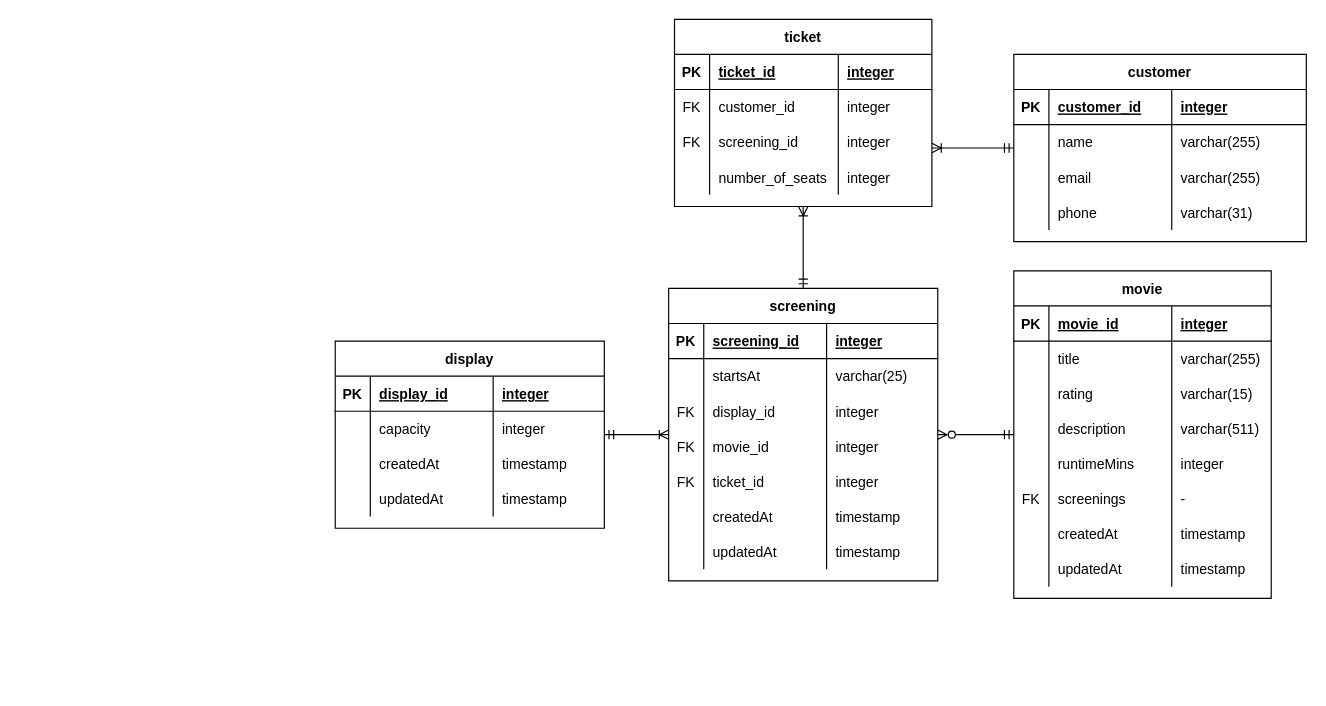
Above: api-cinema-challenge/documentation/Cinema_challenge_ERD.drawio in boolean-uk/csharp-api-cinema-challenge (draw.io), before the change. Source tidied: cells renumbered, new cells numbered last; positions are measured from the earlier drawing's top-left corner, leaving out a move shared by most shapes. Both pictures are drawn from the tidied source at 117%, with x=0, y=0 at pixel (335, 19).
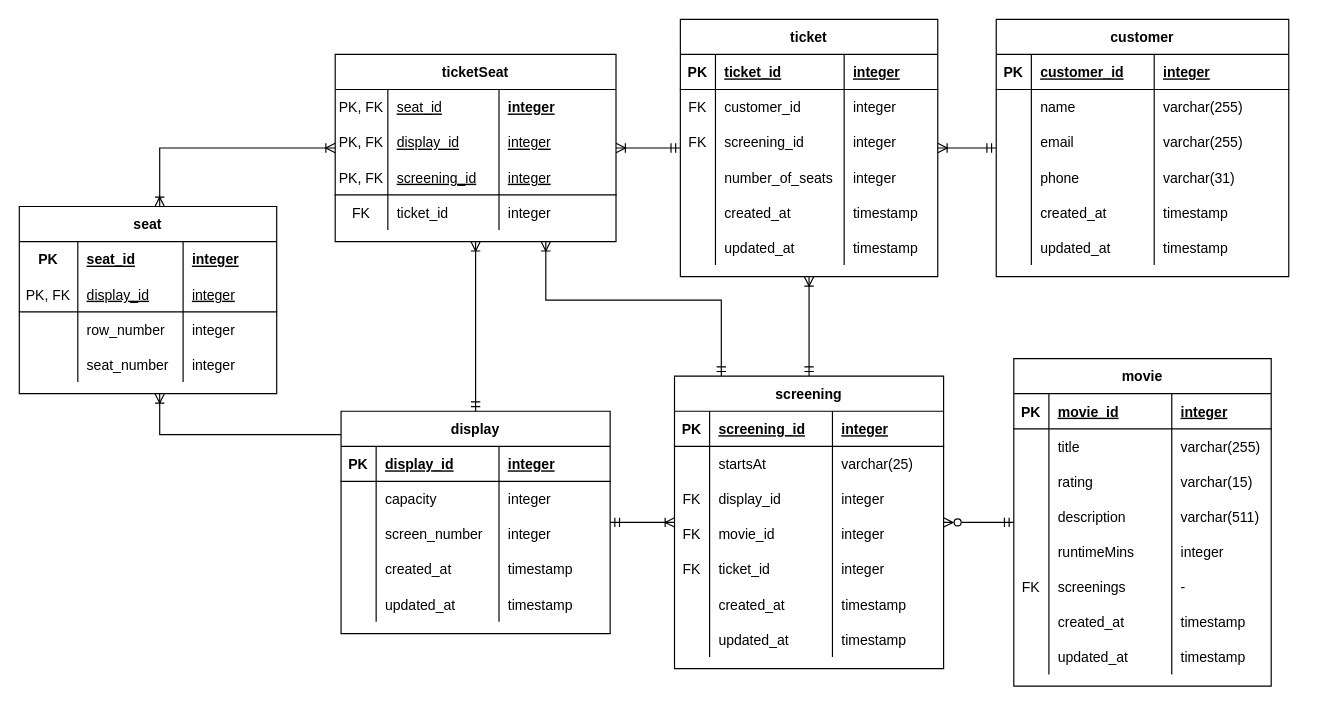
After the change.

The change refers to these unchanged cells:
```xml
<mxCell id="41" style="shape=partialRectangle;fillColor=none;top=0;left=0;right=0;bottom=0;" parent="20" vertex="1">
  <mxGeometry y="180" width="230" height="30" as="geometry" />
</mxCell>
<mxCell id="45" style="shape=partialRectangle;fillColor=none;top=0;left=0;right=0;bottom=0;" parent="20" vertex="1">
  <mxGeometry y="210" width="230" height="30" as="geometry" />
</mxCell>
<mxCell id="74" style="shape=partialRectangle;fillColor=none;top=0;left=0;right=0;bottom=0;" parent="49" vertex="1">
  <mxGeometry y="210" width="220" height="30" as="geometry" />
</mxCell>
<mxCell id="78" style="shape=partialRectangle;fillColor=none;top=0;left=0;right=0;bottom=0;" parent="49" vertex="1">
  <mxGeometry y="240" width="220" height="30" as="geometry" />
</mxCell>
```

Diff of the diagram source:
```diff
@@
     <mxCell id="2" value="ticket" style="shape=table;startSize=30;childLayout=tableLayout;rowLines=0;fontStyle=1;align=center;" parent="1" vertex="1">
-      <mxGeometry x="290" width="220" height="160" as="geometry" />
+      <mxGeometry x="295" width="220" height="220" as="geometry" />
     </mxCell>
@@
+    <mxCell id="119" style="shape=partialRectangle;fillColor=none;top=0;left=0;right=0;bottom=0;" parent="2" vertex="1">
+      <mxGeometry y="150" width="220" height="30" as="geometry" />
+    </mxCell>
+    <mxCell id="120" style="shape=partialRectangle;overflow=hidden;fillColor=none;top=0;left=0;bottom=0;right=0;" parent="119" vertex="1">
+      <mxGeometry width="30" height="30" as="geometry" />
+    </mxCell>
+    <mxCell id="121" value="created_at" style="shape=partialRectangle;overflow=hidden;fillColor=none;top=0;left=0;bottom=0;right=0;align=left;spacingLeft=6;" parent="119" vertex="1">
+      <mxGeometry x="30" width="110" height="30" as="geometry" />
+    </mxCell>
+    <mxCell id="122" value="timestamp " style="shape=partialRectangle;overflow=hidden;fillColor=none;top=0;left=0;bottom=0;right=0;align=left;spacingLeft=6;" parent="119" vertex="1">
+      <mxGeometry x="140" width="80" height="30" as="geometry" />
+    </mxCell>
+    <mxCell id="123" style="shape=partialRectangle;fillColor=none;top=0;left=0;right=0;bottom=0;" parent="2" vertex="1">
+      <mxGeometry y="180" width="220" height="30" as="geometry" />
+    </mxCell>
+    <mxCell id="124" style="shape=partialRectangle;overflow=hidden;fillColor=none;top=0;left=0;bottom=0;right=0;" parent="123" vertex="1">
+      <mxGeometry width="30" height="30" as="geometry" />
+    </mxCell>
+    <mxCell id="125" value="updated_at" style="shape=partialRectangle;overflow=hidden;fillColor=none;top=0;left=0;bottom=0;right=0;align=left;spacingLeft=6;" parent="123" vertex="1">
+      <mxGeometry x="30" width="110" height="30" as="geometry" />
+    </mxCell>
+    <mxCell id="126" value="timestamp " style="shape=partialRectangle;overflow=hidden;fillColor=none;top=0;left=0;bottom=0;right=0;align=left;spacingLeft=6;" parent="123" vertex="1">
+      <mxGeometry x="140" width="80" height="30" as="geometry" />
+    </mxCell>
@@
+    <mxCell id="127" style="edgeStyle=orthogonalEdgeStyle;rounded=0;jettySize=auto;html=1;startArrow=ERmandOne;startFill=0;endArrow=ERoneToMany;endFill=0;" parent="1" edge="1" source="20" target="161">
+      <mxGeometry relative="1" as="geometry">
+        <Array as="points">
+          <mxPoint x="330" y="240" />
+          <mxPoint x="180" y="240" />
+        </Array>
+      </mxGeometry>
+    </mxCell>
     <mxCell id="20" value="screening" style="shape=table;startSize=30;childLayout=tableLayout;rowLines=0;fontStyle=1;align=center;" parent="1" vertex="1">
-      <mxGeometry x="285" y="230" width="230" height="250" as="geometry" />
+      <mxGeometry x="290" y="305" width="230" height="250" as="geometry" />
     </mxCell>
@@
-    <mxCell id="43" value="createdAt" style="shape=partialRectangle;overflow=hidden;fillColor=none;top=0;left=0;bottom=0;right=0;align=left;spacingLeft=6;" parent="41" vertex="1">
+    <mxCell id="43" value="created_at" style="shape=partialRectangle;overflow=hidden;fillColor=none;top=0;left=0;bottom=0;right=0;align=left;spacingLeft=6;" parent="41" vertex="1">
       <mxGeometry x="30" width="105" height="30" as="geometry" />
     </mxCell>
@@
-    <mxCell id="47" value="updatedAt" style="shape=partialRectangle;overflow=hidden;fillColor=none;top=0;left=0;bottom=0;right=0;align=left;spacingLeft=6;" parent="45" vertex="1">
+    <mxCell id="47" value="updated_at" style="shape=partialRectangle;overflow=hidden;fillColor=none;top=0;left=0;bottom=0;right=0;align=left;spacingLeft=6;" parent="45" vertex="1">
       <mxGeometry x="30" width="105" height="30" as="geometry" />
     </mxCell>
@@
     <mxCell id="49" value="movie" style="shape=table;startSize=30;childLayout=tableLayout;rowLines=0;fontStyle=1;align=center;" parent="1" vertex="1">
-      <mxGeometry x="580" y="215" width="220" height="280" as="geometry" />
+      <mxGeometry x="580" y="290" width="220" height="280" as="geometry" />
     </mxCell>
@@
-    <mxCell id="76" value="createdAt" style="shape=partialRectangle;overflow=hidden;fillColor=none;top=0;left=0;bottom=0;right=0;align=left;spacingLeft=6;" parent="74" vertex="1">
+    <mxCell id="76" value="created_at" style="shape=partialRectangle;overflow=hidden;fillColor=none;top=0;left=0;bottom=0;right=0;align=left;spacingLeft=6;" parent="74" vertex="1">
       <mxGeometry x="30" width="105" height="30" as="geometry" />
     </mxCell>
@@
-    <mxCell id="80" value="updatedAt" style="shape=partialRectangle;overflow=hidden;fillColor=none;top=0;left=0;bottom=0;right=0;align=left;spacingLeft=6;" parent="78" vertex="1">
+    <mxCell id="80" value="updated_at" style="shape=partialRectangle;overflow=hidden;fillColor=none;top=0;left=0;bottom=0;right=0;align=left;spacingLeft=6;" parent="78" vertex="1">
       <mxGeometry x="30" width="105" height="30" as="geometry" />
     </mxCell>
@@
     <mxCell id="83" value="customer" style="shape=table;startSize=30;childLayout=tableLayout;rowLines=0;fontStyle=1;align=center;" parent="1" vertex="1">
-      <mxGeometry x="580" y="30" width="250" height="160" as="geometry" />
+      <mxGeometry x="565" width="250" height="220" as="geometry" />
     </mxCell>
@@
+    <mxCell id="128" style="shape=partialRectangle;fillColor=none;top=0;left=0;right=0;bottom=0;" parent="83" vertex="1">
+      <mxGeometry y="150" width="250" height="30" as="geometry" />
+    </mxCell>
+    <mxCell id="129" style="shape=partialRectangle;overflow=hidden;fillColor=none;top=0;left=0;bottom=0;right=0;" parent="128" vertex="1">
+      <mxGeometry width="30" height="30" as="geometry" />
+    </mxCell>
+    <mxCell id="130" value="created_at" style="shape=partialRectangle;overflow=hidden;fillColor=none;top=0;left=0;bottom=0;right=0;align=left;spacingLeft=6;" parent="128" vertex="1">
+      <mxGeometry x="30" width="105" height="30" as="geometry" />
+    </mxCell>
+    <mxCell id="131" value="timestamp " style="shape=partialRectangle;overflow=hidden;fillColor=none;top=0;left=0;bottom=0;right=0;align=left;spacingLeft=6;" parent="128" vertex="1">
+      <mxGeometry x="135" width="115" height="30" as="geometry" />
+    </mxCell>
+    <mxCell id="132" style="shape=partialRectangle;fillColor=none;top=0;left=0;right=0;bottom=0;" parent="83" vertex="1">
+      <mxGeometry y="180" width="250" height="30" as="geometry" />
+    </mxCell>
+    <mxCell id="133" style="shape=partialRectangle;overflow=hidden;fillColor=none;top=0;left=0;bottom=0;right=0;" parent="132" vertex="1">
+      <mxGeometry width="30" height="30" as="geometry" />
+    </mxCell>
+    <mxCell id="134" value="updated_at" style="shape=partialRectangle;overflow=hidden;fillColor=none;top=0;left=0;bottom=0;right=0;align=left;spacingLeft=6;" parent="132" vertex="1">
+      <mxGeometry x="30" width="105" height="30" as="geometry" />
+    </mxCell>
+    <mxCell id="135" value="timestamp " style="shape=partialRectangle;overflow=hidden;fillColor=none;top=0;left=0;bottom=0;right=0;align=left;spacingLeft=6;" parent="132" vertex="1">
+      <mxGeometry x="135" width="115" height="30" as="geometry" />
+    </mxCell>
@@
     <mxCell id="102" value="display" style="shape=table;startSize=30;childLayout=tableLayout;rowLines=0;fontStyle=1;align=center;" parent="1" vertex="1">
-      <mxGeometry y="275" width="230" height="160" as="geometry" />
+      <mxGeometry x="5" y="335" width="230" height="190" as="geometry" />
     </mxCell>
@@
+    <mxCell id="136" style="shape=partialRectangle;fillColor=none;top=0;left=0;right=0;bottom=0;" parent="102" vertex="1">
+      <mxGeometry y="90" width="230" height="30" as="geometry" />
+    </mxCell>
+    <mxCell id="137" style="shape=partialRectangle;overflow=hidden;fillColor=none;top=0;left=0;bottom=0;right=0;" parent="136" vertex="1">
+      <mxGeometry width="30" height="30" as="geometry" />
+    </mxCell>
+    <mxCell id="138" value="screen_number" style="shape=partialRectangle;overflow=hidden;fillColor=none;top=0;left=0;bottom=0;right=0;align=left;spacingLeft=6;" parent="136" vertex="1">
+      <mxGeometry x="30" width="105" height="30" as="geometry" />
+    </mxCell>
+    <mxCell id="139" value="integer" style="shape=partialRectangle;overflow=hidden;fillColor=none;top=0;left=0;bottom=0;right=0;align=left;spacingLeft=6;" parent="136" vertex="1">
+      <mxGeometry x="135" width="95" height="30" as="geometry" />
+    </mxCell>
     <mxCell id="111" style="shape=partialRectangle;fillColor=none;top=0;left=0;right=0;bottom=0;" parent="102" vertex="1">
-      <mxGeometry y="90" width="230" height="30" as="geometry" />
+      <mxGeometry y="120" width="230" height="30" as="geometry" />
     </mxCell>
@@
-    <mxCell id="113" value="createdAt" style="shape=partialRectangle;overflow=hidden;fillColor=none;top=0;left=0;bottom=0;right=0;align=left;spacingLeft=6;" parent="111" vertex="1">
+    <mxCell id="113" value="created_at" style="shape=partialRectangle;overflow=hidden;fillColor=none;top=0;left=0;bottom=0;right=0;align=left;spacingLeft=6;" parent="111" vertex="1">
       <mxGeometry x="30" width="105" height="30" as="geometry" />
     </mxCell>
@@
     <mxCell id="115" style="shape=partialRectangle;fillColor=none;top=0;left=0;right=0;bottom=0;" parent="102" vertex="1">
-      <mxGeometry y="120" width="230" height="30" as="geometry" />
+      <mxGeometry y="150" width="230" height="30" as="geometry" />
     </mxCell>
@@
-    <mxCell id="117" value="updatedAt" style="shape=partialRectangle;overflow=hidden;fillColor=none;top=0;left=0;bottom=0;right=0;align=left;spacingLeft=6;" parent="115" vertex="1">
+    <mxCell id="117" value="updated_at" style="shape=partialRectangle;overflow=hidden;fillColor=none;top=0;left=0;bottom=0;right=0;align=left;spacingLeft=6;" parent="115" vertex="1">
       <mxGeometry x="30" width="105" height="30" as="geometry" />
     </mxCell>
@@
+    <mxCell id="140" style="edgeStyle=orthogonalEdgeStyle;rounded=0;jettySize=auto;html=1;endArrow=ERmandOne;endFill=0;startArrow=ERoneToMany;startFill=0;" parent="1" edge="1" source="161" target="102">
+      <mxGeometry relative="1" as="geometry">
+        <Array as="points">
+          <mxPoint x="120" y="200" />
+          <mxPoint x="120" y="200" />
+        </Array>
+      </mxGeometry>
+    </mxCell>
+    <mxCell id="141" style="edgeStyle=orthogonalEdgeStyle;rounded=0;jettySize=auto;html=1;endArrow=none;endFill=0;startArrow=ERoneToMany;startFill=0;" parent="1" edge="1" source="142" target="102">
+      <mxGeometry relative="1" as="geometry">
+        <Array as="points">
+          <mxPoint x="-150" y="355" />
+        </Array>
+      </mxGeometry>
+    </mxCell>
+    <mxCell id="142" value="seat" style="shape=table;startSize=30;childLayout=tableLayout;rowLines=0;fontStyle=1;align=center;" parent="1" vertex="1">
+      <mxGeometry x="-270" y="160" width="220" height="160" as="geometry" />
+    </mxCell>
+    <mxCell id="143" style="shape=partialRectangle;fillColor=none;top=0;left=0;right=0;bottom=0;" parent="142" vertex="1">
+      <mxGeometry y="30" width="220" height="30" as="geometry" />
+    </mxCell>
+    <mxCell id="144" value="PK" style="shape=partialRectangle;overflow=hidden;fillColor=none;top=0;left=0;bottom=0;right=0;fontStyle=1;" parent="143" vertex="1">
+      <mxGeometry width="50" height="30" as="geometry" />
+    </mxCell>
+    <mxCell id="145" value="seat_id" style="shape=partialRectangle;overflow=hidden;fillColor=none;top=0;left=0;bottom=0;right=0;align=left;spacingLeft=6;fontStyle=5;" parent="143" vertex="1">
+      <mxGeometry x="50" width="90" height="30" as="geometry" />
+    </mxCell>
+    <mxCell id="146" value="integer" style="shape=partialRectangle;overflow=hidden;fillColor=none;top=0;left=0;bottom=0;right=0;align=left;spacingLeft=6;fontStyle=5;" parent="143" vertex="1">
+      <mxGeometry x="140" width="80" height="30" as="geometry" />
+    </mxCell>
+    <mxCell id="147" style="shape=partialRectangle;fillColor=none;top=0;left=0;right=0;bottom=1;" parent="142" vertex="1">
+      <mxGeometry y="60" width="220" height="30" as="geometry" />
+    </mxCell>
+    <mxCell id="148" value="PK, FK" style="shape=partialRectangle;overflow=hidden;fillColor=none;top=0;left=0;bottom=0;right=0;" parent="147" vertex="1">
+      <mxGeometry width="50" height="30" as="geometry" />
+    </mxCell>
+    <mxCell id="149" value="display_id" style="shape=partialRectangle;overflow=hidden;fillColor=none;top=0;left=0;bottom=0;right=0;align=left;spacingLeft=6;fontStyle=4;" parent="147" vertex="1">
+      <mxGeometry x="50" width="90" height="30" as="geometry" />
+    </mxCell>
+    <mxCell id="150" value="integer" style="shape=partialRectangle;overflow=hidden;fillColor=none;top=0;left=0;bottom=0;right=0;align=left;spacingLeft=6;fontStyle=4;" parent="147" vertex="1">
+      <mxGeometry x="140" width="80" height="30" as="geometry" />
+    </mxCell>
+    <mxCell id="151" style="shape=partialRectangle;fillColor=none;top=0;left=0;right=0;bottom=0;" parent="142" vertex="1">
+      <mxGeometry y="90" width="220" height="30" as="geometry" />
+    </mxCell>
+    <mxCell id="152" style="shape=partialRectangle;overflow=hidden;fillColor=none;top=0;left=0;bottom=0;right=0;" parent="151" vertex="1">
+      <mxGeometry width="50" height="30" as="geometry" />
+    </mxCell>
+    <mxCell id="153" value="row_number" style="shape=partialRectangle;overflow=hidden;fillColor=none;top=0;left=0;bottom=0;right=0;align=left;spacingLeft=6;" parent="151" vertex="1">
+      <mxGeometry x="50" width="90" height="30" as="geometry" />
+    </mxCell>
+    <mxCell id="154" value="integer" style="shape=partialRectangle;overflow=hidden;fillColor=none;top=0;left=0;bottom=0;right=0;align=left;spacingLeft=6;" parent="151" vertex="1">
+      <mxGeometry x="140" width="80" height="30" as="geometry" />
+    </mxCell>
+    <mxCell id="155" style="shape=partialRectangle;fillColor=none;top=0;left=0;right=0;bottom=0;" parent="142" vertex="1">
+      <mxGeometry y="120" width="220" height="30" as="geometry" />
+    </mxCell>
+    <mxCell id="156" style="shape=partialRectangle;overflow=hidden;fillColor=none;top=0;left=0;bottom=0;right=0;" parent="155" vertex="1">
+      <mxGeometry width="50" height="30" as="geometry" />
+    </mxCell>
+    <mxCell id="157" value="seat_number" style="shape=partialRectangle;overflow=hidden;fillColor=none;top=0;left=0;bottom=0;right=0;align=left;spacingLeft=6;" parent="155" vertex="1">
+      <mxGeometry x="50" width="90" height="30" as="geometry" />
+    </mxCell>
+    <mxCell id="158" value="integer" style="shape=partialRectangle;overflow=hidden;fillColor=none;top=0;left=0;bottom=0;right=0;align=left;spacingLeft=6;" parent="155" vertex="1">
+      <mxGeometry x="140" width="80" height="30" as="geometry" />
+    </mxCell>
+    <mxCell id="159" style="edgeStyle=orthogonalEdgeStyle;rounded=0;jettySize=auto;html=1;startArrow=ERoneToMany;startFill=0;endArrow=ERmandOne;endFill=0;" parent="1" edge="1" source="161" target="2">
+      <mxGeometry relative="1" as="geometry" />
+    </mxCell>
+    <mxCell id="160" style="edgeStyle=orthogonalEdgeStyle;rounded=0;jettySize=auto;html=1;endArrow=ERoneToMany;endFill=0;startArrow=ERoneToMany;startFill=0;" parent="1" edge="1" source="161" target="142">
+      <mxGeometry relative="1" as="geometry">
+        <Array as="points">
+          <mxPoint x="-150" y="110" />
+        </Array>
+      </mxGeometry>
+    </mxCell>
+    <mxCell id="161" value="ticketSeat" style="shape=table;startSize=30;childLayout=tableLayout;rowLines=0;fontStyle=1;align=center;" parent="1" vertex="1">
+      <mxGeometry y="30" width="240" height="160" as="geometry" />
+    </mxCell>
+    <mxCell id="162" style="shape=partialRectangle;fillColor=none;top=0;left=0;right=0;bottom=0;strokeColor=default;" parent="161" vertex="1">
+      <mxGeometry y="30" width="240" height="30" as="geometry" />
+    </mxCell>
+    <mxCell id="163" value="PK, FK" style="shape=partialRectangle;overflow=hidden;fillColor=none;top=0;left=0;bottom=0;right=0;fontStyle=0;" parent="162" vertex="1">
+      <mxGeometry width="45" height="30" as="geometry" />
+    </mxCell>
+    <mxCell id="164" value="seat_id" style="shape=partialRectangle;overflow=hidden;fillColor=none;top=0;left=0;bottom=0;right=0;align=left;spacingLeft=6;fontStyle=4;" parent="162" vertex="1">
+      <mxGeometry x="45" width="95" height="30" as="geometry" />
+    </mxCell>
+    <mxCell id="165" value="integer" style="shape=partialRectangle;overflow=hidden;fillColor=none;top=0;left=0;bottom=0;right=0;align=left;spacingLeft=6;fontStyle=5;" parent="162" vertex="1">
+      <mxGeometry x="140" width="100" height="30" as="geometry" />
+    </mxCell>
+    <mxCell id="166" style="shape=partialRectangle;fillColor=none;top=0;left=0;right=0;bottom=0;" parent="161" vertex="1">
+      <mxGeometry y="60" width="240" height="30" as="geometry" />
+    </mxCell>
+    <mxCell id="167" value="PK, FK" style="shape=partialRectangle;overflow=hidden;fillColor=none;top=0;left=0;bottom=0;right=0;" parent="166" vertex="1">
+      <mxGeometry width="45" height="30" as="geometry" />
+    </mxCell>
+    <mxCell id="168" value="display_id" style="shape=partialRectangle;overflow=hidden;fillColor=none;top=0;left=0;bottom=0;right=0;align=left;spacingLeft=6;fontStyle=4;" parent="166" vertex="1">
+      <mxGeometry x="45" width="95" height="30" as="geometry" />
+    </mxCell>
+    <mxCell id="169" value="integer" style="shape=partialRectangle;overflow=hidden;fillColor=none;top=0;left=0;bottom=0;right=0;align=left;spacingLeft=6;fontStyle=4;" parent="166" vertex="1">
+      <mxGeometry x="140" width="100" height="30" as="geometry" />
+    </mxCell>
+    <mxCell id="170" style="shape=partialRectangle;fillColor=none;top=0;left=0;right=0;bottom=1;" parent="161" vertex="1">
+      <mxGeometry y="90" width="240" height="30" as="geometry" />
+    </mxCell>
+    <mxCell id="171" value="PK, FK" style="shape=partialRectangle;overflow=hidden;fillColor=none;top=0;left=0;bottom=0;right=0;" parent="170" vertex="1">
+      <mxGeometry width="45" height="30" as="geometry" />
+    </mxCell>
+    <mxCell id="172" value="screening_id" style="shape=partialRectangle;overflow=hidden;fillColor=none;top=0;left=0;bottom=0;right=0;align=left;spacingLeft=6;fontStyle=4;" parent="170" vertex="1">
+      <mxGeometry x="45" width="95" height="30" as="geometry" />
+    </mxCell>
+    <mxCell id="173" value="integer" style="shape=partialRectangle;overflow=hidden;fillColor=none;top=0;left=0;bottom=0;right=0;align=left;spacingLeft=6;fontStyle=4;" parent="170" vertex="1">
+      <mxGeometry x="140" width="100" height="30" as="geometry" />
+    </mxCell>
+    <mxCell id="174" style="shape=partialRectangle;fillColor=none;top=0;left=0;right=0;bottom=0;" parent="161" vertex="1">
+      <mxGeometry y="120" width="240" height="30" as="geometry" />
+    </mxCell>
+    <mxCell id="175" value="FK" style="shape=partialRectangle;overflow=hidden;fillColor=none;top=0;left=0;bottom=0;right=0;" parent="174" vertex="1">
+      <mxGeometry width="45" height="30" as="geometry" />
+    </mxCell>
+    <mxCell id="176" value="ticket_id" style="shape=partialRectangle;overflow=hidden;fillColor=none;top=0;left=0;bottom=0;right=0;align=left;spacingLeft=6;" parent="174" vertex="1">
+      <mxGeometry x="45" width="95" height="30" as="geometry" />
+    </mxCell>
+    <mxCell id="177" value="integer" style="shape=partialRectangle;overflow=hidden;fillColor=none;top=0;left=0;bottom=0;right=0;align=left;spacingLeft=6;" parent="174" vertex="1">
+      <mxGeometry x="140" width="100" height="30" as="geometry" />
+    </mxCell>
```
